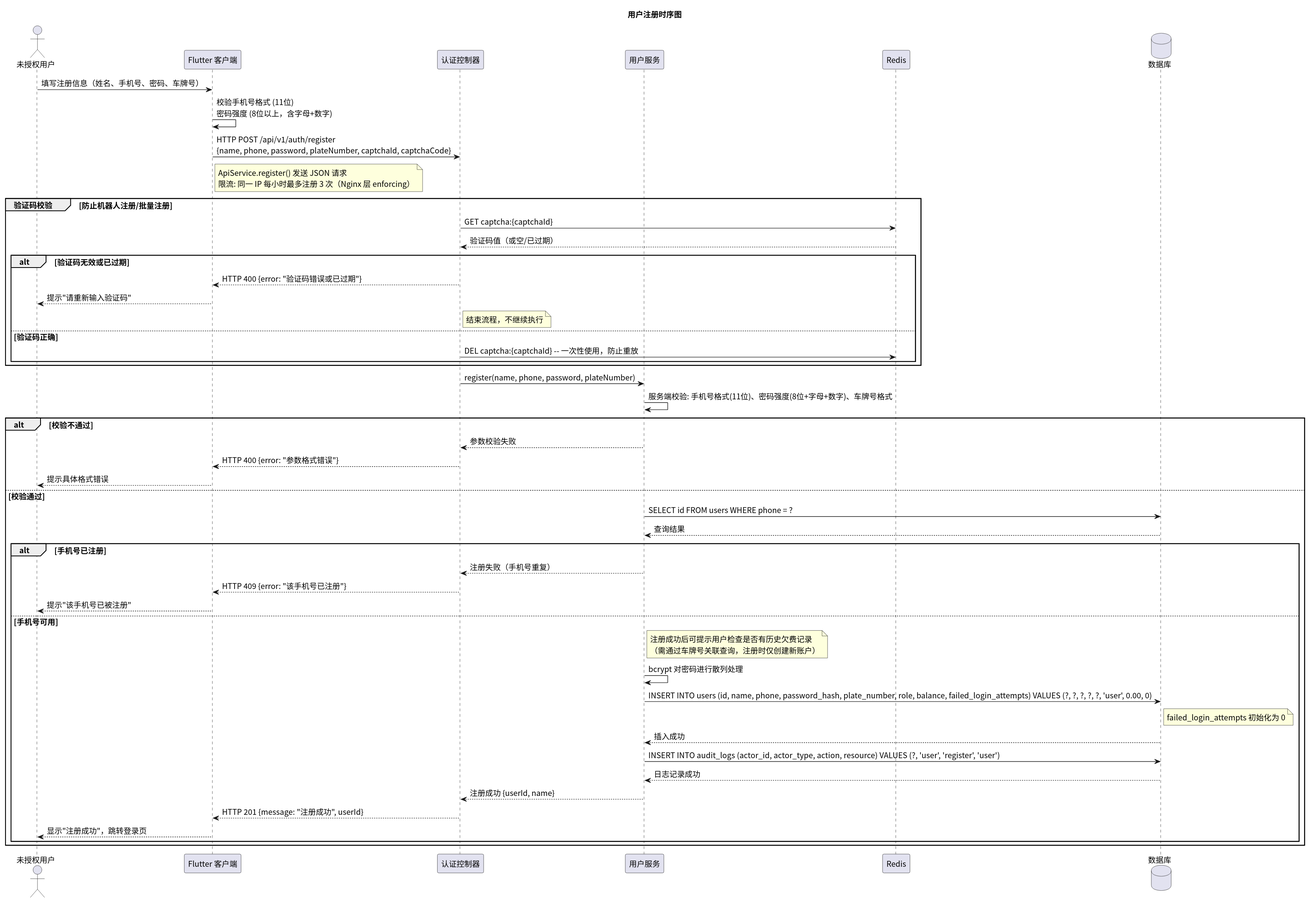
Before: time/img/sequence_register.svg, a diagram exported from PlantUML (greenhandzdl/charging-station-doc).
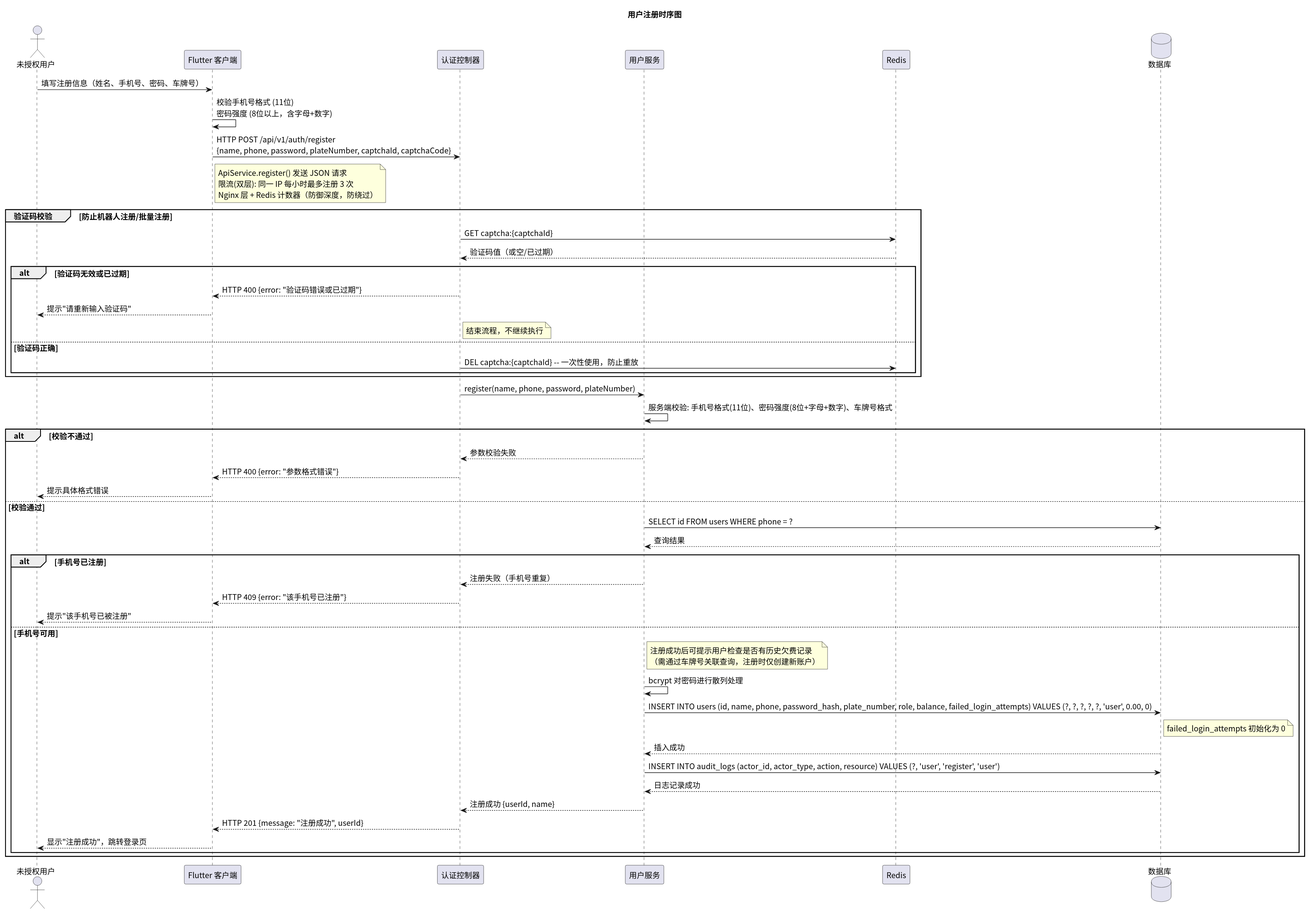
After the commit.

What changed in the source:
```diff
@@ -13,7 +13,7 @@
 U -> FE: 填写注册信息（姓名、手机号、密码、车牌号）
 FE -> FE: 校验手机号格式 (11位)\n密码强度 (8位以上，含字母+数字)
 FE -> Ctrl: HTTP POST /api/v1/auth/register\n{name, phone, password, plateNumber, captchaId, captchaCode}
-note right FE : ApiService.register() 发送 JSON 请求\n限流: 同一 IP 每小时最多注册 3 次（Nginx 层 enforcing）
+note right FE : ApiService.register() 发送 JSON 请求\n限流(双层): 同一 IP 每小时最多注册 3 次\nNginx 层 + Redis 计数器（防御深度，防绕过）
 
 group 验证码校验 [防止机器人注册/批量注册]
   Ctrl -> Cache: GET captcha:{captchaId}
```
